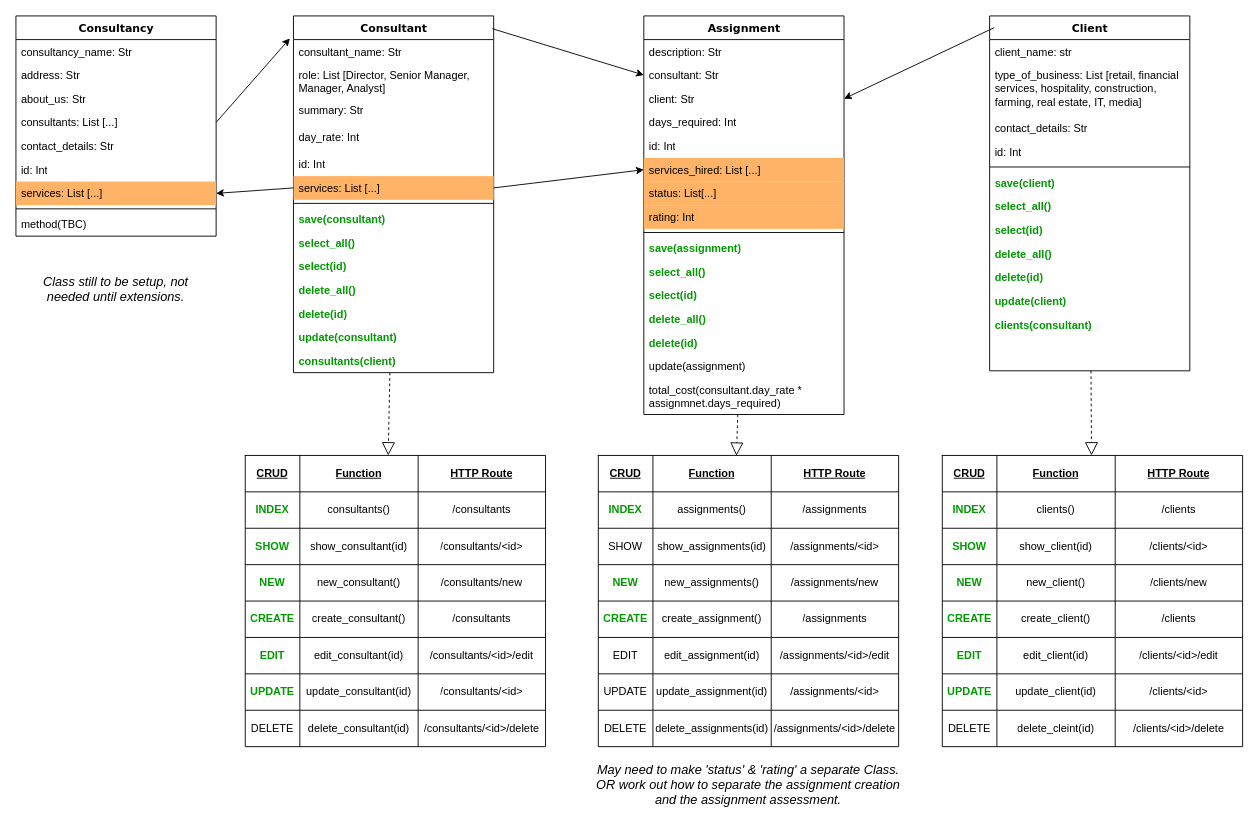
This is planning/Class Diagrams.drawio from michaelmccoll/Project_Secure_Design, a draw.io file, before an edit. Source tidied: cells renumbered, new cells numbered last; positions are measured from the earlier drawing's top-left corner, leaving out a move shared by most shapes. Both pictures are drawn from the tidied source at 91%, with x=0, y=0 at pixel (15, 15).
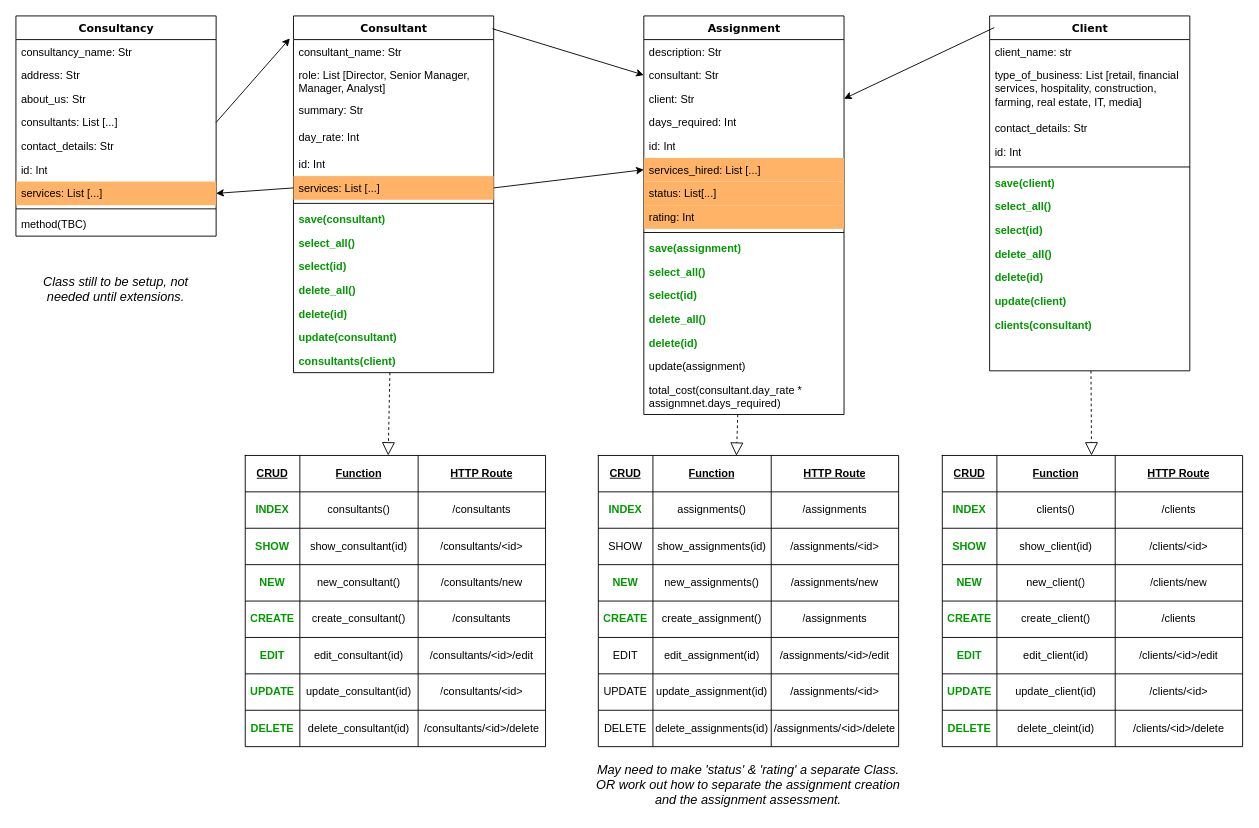
After the change.

Unchanged cells that the change refers to:
```xml
<mxCell id="72" style="shape=partialRectangle;html=1;whiteSpace=wrap;fillColor=none;top=0;left=0;bottom=0;right=0;" parent="43" vertex="1">
  <mxGeometry y="280" width="330" height="40" as="geometry" />
</mxCell>
<mxCell id="105" style="shape=partialRectangle;html=1;whiteSpace=wrap;fillColor=none;top=0;left=0;bottom=0;right=0;" parent="76" vertex="1">
  <mxGeometry y="280" width="330" height="40" as="geometry" />
</mxCell>
```

What changed in the source:
```diff
@@
-    <mxCell id="73" value="DELETE" style="shape=partialRectangle;html=1;whiteSpace=wrap;overflow=hidden;fillColor=none;top=0;left=0;bottom=0;right=0;" parent="72" vertex="1">
+    <mxCell id="73" value="DELETE" style="shape=partialRectangle;html=1;whiteSpace=wrap;overflow=hidden;fillColor=none;top=0;left=0;bottom=0;right=0;fontStyle=1;fontColor=#009900;" parent="72" vertex="1">
       <mxGeometry width="60" height="40" as="geometry" />
     </mxCell>
@@
-    <mxCell id="106" value="DELETE" style="shape=partialRectangle;html=1;whiteSpace=wrap;overflow=hidden;fillColor=none;top=0;left=0;bottom=0;right=0;" parent="105" vertex="1">
+    <mxCell id="106" value="DELETE" style="shape=partialRectangle;html=1;whiteSpace=wrap;overflow=hidden;fillColor=none;top=0;left=0;bottom=0;right=0;fontStyle=1;fontColor=#009900;" parent="105" vertex="1">
       <mxGeometry width="60" height="40" as="geometry" />
     </mxCell>
```
